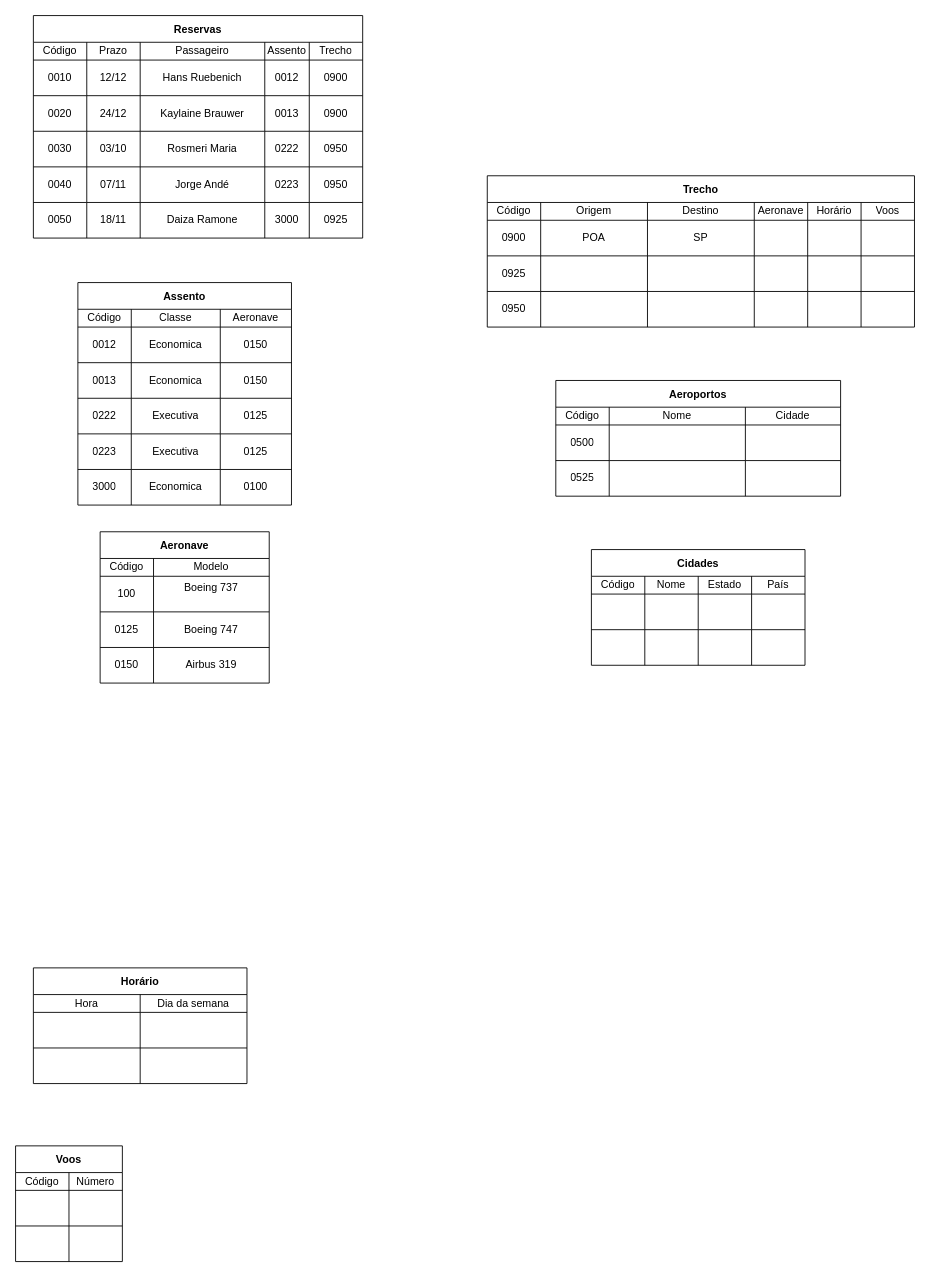
Above: Facul/AlgebraLinear.drawio in HansRafael/projects (draw.io), before the change. Source tidied: cells renumbered, new cells numbered last; positions are measured from the earlier drawing's top-left corner, leaving out a move shared by most shapes. Both pictures are drawn from the tidied source at 89%, with x=0, y=0 at pixel (15, 15).
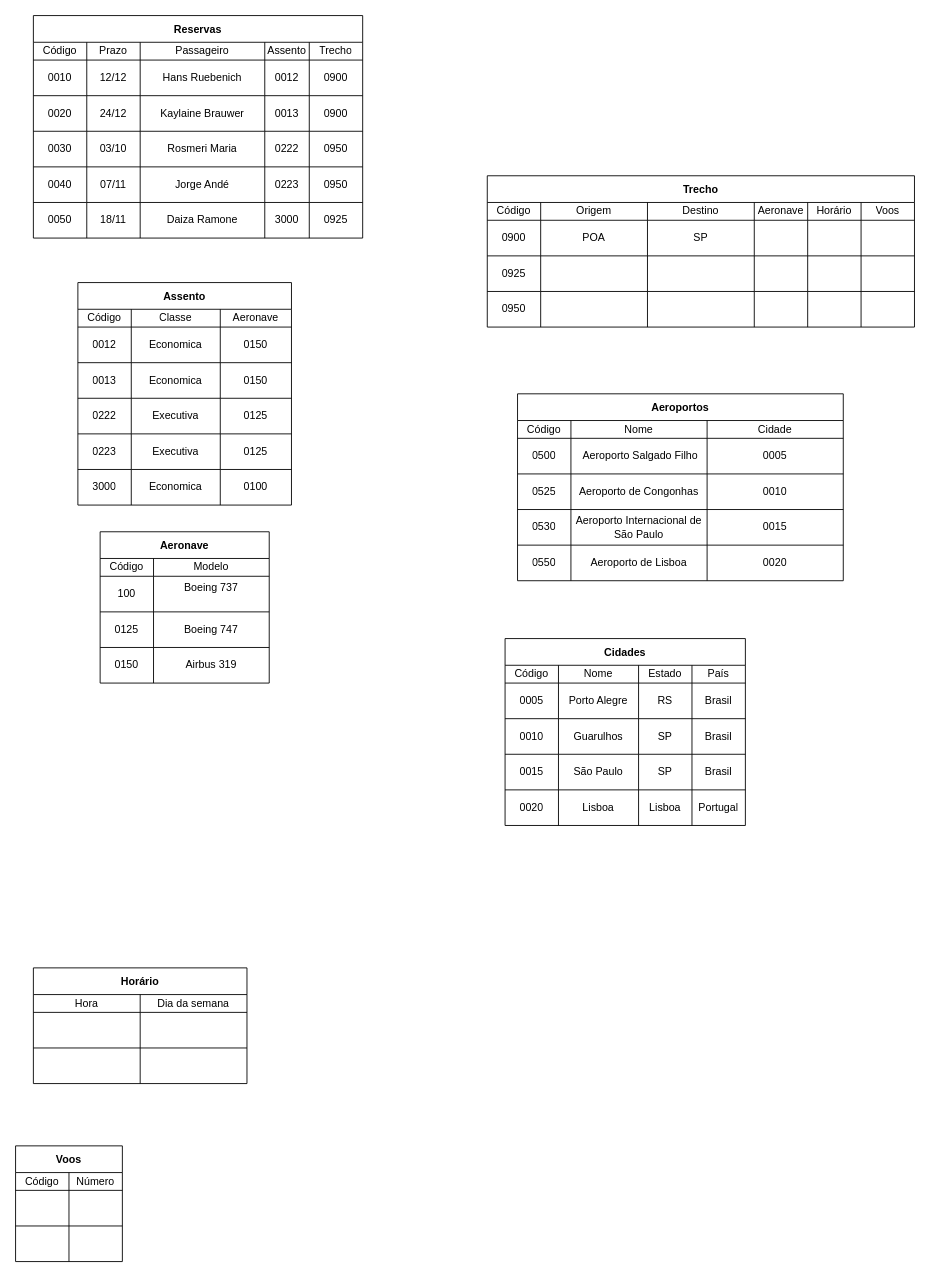
The same page after the edit.

The edit, as a diff of the source:
```diff
@@
     <mxCell id="114" value="Cidades" style="shape=table;startSize=30;childLayout=tableLayout;fontStyle=1;align=center;" parent="1" vertex="1">
-      <mxGeometry x="647" y="600" width="240" height="130" as="geometry" />
+      <mxGeometry x="550" y="700" width="270" height="210" as="geometry" />
     </mxCell>
     <mxCell id="115" style="shape=partialRectangle;html=1;whiteSpace=wrap;fillColor=none;top=0;left=0;bottom=0;right=0;" parent="114" vertex="1">
-      <mxGeometry y="30" width="240" height="20" as="geometry" />
+      <mxGeometry y="30" width="270" height="20" as="geometry" />
     </mxCell>
@@
     <mxCell id="117" value="Nome" style="shape=partialRectangle;html=1;whiteSpace=wrap;fillColor=none;top=0;left=0;bottom=0;right=0;overflow=hidden;" parent="115" vertex="1">
-      <mxGeometry x="60" width="60" height="20" as="geometry" />
+      <mxGeometry x="60" width="90" height="20" as="geometry" />
     </mxCell>
     <mxCell id="118" value="Estado" style="shape=partialRectangle;html=1;whiteSpace=wrap;fillColor=none;top=0;left=0;bottom=0;right=0;overflow=hidden;" parent="115" vertex="1">
-      <mxGeometry x="120" width="60" height="20" as="geometry" />
+      <mxGeometry x="150" width="60" height="20" as="geometry" />
     </mxCell>
     <mxCell id="119" value="País" style="shape=partialRectangle;html=1;whiteSpace=wrap;fillColor=none;top=0;left=0;bottom=0;right=0;overflow=hidden;" parent="115" vertex="1">
-      <mxGeometry x="180" width="60" height="20" as="geometry" />
+      <mxGeometry x="210" width="60" height="20" as="geometry" />
     </mxCell>
     <mxCell id="120" style="shape=partialRectangle;html=1;whiteSpace=wrap;fillColor=none;top=0;left=0;bottom=0;right=0;" parent="114" vertex="1">
-      <mxGeometry y="50" width="240" height="40" as="geometry" />
+      <mxGeometry y="50" width="270" height="40" as="geometry" />
     </mxCell>
-    <mxCell id="121" style="shape=partialRectangle;html=1;whiteSpace=wrap;fillColor=none;top=0;left=0;bottom=0;right=0;overflow=hidden;" parent="120" vertex="1">
+    <mxCell id="121" value="0005" style="shape=partialRectangle;html=1;whiteSpace=wrap;fillColor=none;top=0;left=0;bottom=0;right=0;overflow=hidden;" parent="120" vertex="1">
       <mxGeometry width="60" height="40" as="geometry" />
     </mxCell>
-    <mxCell id="122" style="shape=partialRectangle;html=1;whiteSpace=wrap;fillColor=none;top=0;left=0;bottom=0;right=0;overflow=hidden;" parent="120" vertex="1">
-      <mxGeometry x="60" width="60" height="40" as="geometry" />
+    <mxCell id="122" value="Porto Alegre" style="shape=partialRectangle;html=1;whiteSpace=wrap;fillColor=none;top=0;left=0;bottom=0;right=0;overflow=hidden;" parent="120" vertex="1">
+      <mxGeometry x="60" width="90" height="40" as="geometry" />
     </mxCell>
-    <mxCell id="123" style="shape=partialRectangle;html=1;whiteSpace=wrap;fillColor=none;top=0;left=0;bottom=0;right=0;overflow=hidden;" parent="120" vertex="1">
-      <mxGeometry x="120" width="60" height="40" as="geometry" />
+    <mxCell id="123" value="RS" style="shape=partialRectangle;html=1;whiteSpace=wrap;fillColor=none;top=0;left=0;bottom=0;right=0;overflow=hidden;" parent="120" vertex="1">
+      <mxGeometry x="150" width="60" height="40" as="geometry" />
     </mxCell>
-    <mxCell id="124" style="shape=partialRectangle;html=1;whiteSpace=wrap;fillColor=none;top=0;left=0;bottom=0;right=0;overflow=hidden;" parent="120" vertex="1">
-      <mxGeometry x="180" width="60" height="40" as="geometry" />
+    <mxCell id="124" value="Brasil" style="shape=partialRectangle;html=1;whiteSpace=wrap;fillColor=none;top=0;left=0;bottom=0;right=0;overflow=hidden;" parent="120" vertex="1">
+      <mxGeometry x="210" width="60" height="40" as="geometry" />
     </mxCell>
     <mxCell id="125" style="shape=partialRectangle;html=1;whiteSpace=wrap;fillColor=none;top=0;left=0;bottom=0;right=0;" parent="114" vertex="1">
-      <mxGeometry y="90" width="240" height="40" as="geometry" />
+      <mxGeometry y="90" width="270" height="40" as="geometry" />
     </mxCell>
-    <mxCell id="126" style="shape=partialRectangle;html=1;whiteSpace=wrap;fillColor=none;top=0;left=0;bottom=0;right=0;overflow=hidden;" parent="125" vertex="1">
+    <mxCell id="126" value="0010" style="shape=partialRectangle;html=1;whiteSpace=wrap;fillColor=none;top=0;left=0;bottom=0;right=0;overflow=hidden;" parent="125" vertex="1">
       <mxGeometry width="60" height="40" as="geometry" />
     </mxCell>
-    <mxCell id="127" style="shape=partialRectangle;html=1;whiteSpace=wrap;fillColor=none;top=0;left=0;bottom=0;right=0;overflow=hidden;" parent="125" vertex="1">
-      <mxGeometry x="60" width="60" height="40" as="geometry" />
+    <mxCell id="127" value="Guarulhos" style="shape=partialRectangle;html=1;whiteSpace=wrap;fillColor=none;top=0;left=0;bottom=0;right=0;overflow=hidden;" parent="125" vertex="1">
+      <mxGeometry x="60" width="90" height="40" as="geometry" />
     </mxCell>
-    <mxCell id="128" style="shape=partialRectangle;html=1;whiteSpace=wrap;fillColor=none;top=0;left=0;bottom=0;right=0;overflow=hidden;" parent="125" vertex="1">
-      <mxGeometry x="120" width="60" height="40" as="geometry" />
+    <mxCell id="128" value="SP" style="shape=partialRectangle;html=1;whiteSpace=wrap;fillColor=none;top=0;left=0;bottom=0;right=0;overflow=hidden;" parent="125" vertex="1">
+      <mxGeometry x="150" width="60" height="40" as="geometry" />
     </mxCell>
-    <mxCell id="129" style="shape=partialRectangle;html=1;whiteSpace=wrap;fillColor=none;top=0;left=0;bottom=0;right=0;overflow=hidden;" parent="125" vertex="1">
-      <mxGeometry x="180" width="60" height="40" as="geometry" />
+    <mxCell id="129" value="Brasil" style="shape=partialRectangle;html=1;whiteSpace=wrap;fillColor=none;top=0;left=0;bottom=0;right=0;overflow=hidden;" parent="125" vertex="1">
+      <mxGeometry x="210" width="60" height="40" as="geometry" />
     </mxCell>
+    <mxCell id="165" style="shape=partialRectangle;html=1;whiteSpace=wrap;fillColor=none;top=0;left=0;bottom=0;right=0;" parent="114" vertex="1">
+      <mxGeometry y="130" width="270" height="40" as="geometry" />
+    </mxCell>
+    <mxCell id="166" value="0015" style="shape=partialRectangle;html=1;whiteSpace=wrap;fillColor=none;top=0;left=0;bottom=0;right=0;overflow=hidden;" parent="165" vertex="1">
+      <mxGeometry width="60" height="40" as="geometry" />
+    </mxCell>
+    <mxCell id="167" value="São Paulo" style="shape=partialRectangle;html=1;whiteSpace=wrap;fillColor=none;top=0;left=0;bottom=0;right=0;overflow=hidden;" parent="165" vertex="1">
+      <mxGeometry x="60" width="90" height="40" as="geometry" />
+    </mxCell>
+    <mxCell id="168" value="SP" style="shape=partialRectangle;html=1;whiteSpace=wrap;fillColor=none;top=0;left=0;bottom=0;right=0;overflow=hidden;" parent="165" vertex="1">
+      <mxGeometry x="150" width="60" height="40" as="geometry" />
+    </mxCell>
+    <mxCell id="169" value="Brasil" style="shape=partialRectangle;html=1;whiteSpace=wrap;fillColor=none;top=0;left=0;bottom=0;right=0;overflow=hidden;" parent="165" vertex="1">
+      <mxGeometry x="210" width="60" height="40" as="geometry" />
+    </mxCell>
+    <mxCell id="170" style="shape=partialRectangle;html=1;whiteSpace=wrap;fillColor=none;top=0;left=0;bottom=0;right=0;" parent="114" vertex="1">
+      <mxGeometry y="170" width="270" height="40" as="geometry" />
+    </mxCell>
+    <mxCell id="171" value="0020" style="shape=partialRectangle;html=1;whiteSpace=wrap;fillColor=none;top=0;left=0;bottom=0;right=0;overflow=hidden;" parent="170" vertex="1">
+      <mxGeometry width="60" height="40" as="geometry" />
+    </mxCell>
+    <mxCell id="172" value="Lisboa" style="shape=partialRectangle;html=1;whiteSpace=wrap;fillColor=none;top=0;left=0;bottom=0;right=0;overflow=hidden;" parent="170" vertex="1">
+      <mxGeometry x="60" width="90" height="40" as="geometry" />
+    </mxCell>
+    <mxCell id="173" value="Lisboa" style="shape=partialRectangle;html=1;whiteSpace=wrap;fillColor=none;top=0;left=0;bottom=0;right=0;overflow=hidden;" parent="170" vertex="1">
+      <mxGeometry x="150" width="60" height="40" as="geometry" />
+    </mxCell>
+    <mxCell id="174" value="Portugal" style="shape=partialRectangle;html=1;whiteSpace=wrap;fillColor=none;top=0;left=0;bottom=0;right=0;overflow=hidden;" parent="170" vertex="1">
+      <mxGeometry x="210" width="60" height="40" as="geometry" />
+    </mxCell>
     <mxCell id="130" value="Aeroportos" style="shape=table;startSize=30;childLayout=tableLayout;fontStyle=1;align=center;" parent="1" vertex="1">
-      <mxGeometry x="607" y="410" width="320" height="130" as="geometry" />
+      <mxGeometry x="564" y="425" width="366" height="210" as="geometry" />
     </mxCell>
     <mxCell id="131" style="shape=partialRectangle;html=1;whiteSpace=wrap;fillColor=none;top=0;left=0;bottom=0;right=0;" parent="130" vertex="1">
-      <mxGeometry y="30" width="320" height="20" as="geometry" />
+      <mxGeometry y="30" width="366" height="20" as="geometry" />
     </mxCell>
@@
     <mxCell id="134" value="Cidade" style="shape=partialRectangle;html=1;whiteSpace=wrap;fillColor=none;top=0;left=0;bottom=0;right=0;overflow=hidden;" parent="131" vertex="1">
-      <mxGeometry x="213" width="107" height="20" as="geometry" />
+      <mxGeometry x="213" width="153" height="20" as="geometry" />
     </mxCell>
     <mxCell id="135" style="shape=partialRectangle;html=1;whiteSpace=wrap;fillColor=none;top=0;left=0;bottom=0;right=0;" parent="130" vertex="1">
-      <mxGeometry y="50" width="320" height="40" as="geometry" />
+      <mxGeometry y="50" width="366" height="40" as="geometry" />
     </mxCell>
@@
-    <mxCell id="137" style="shape=partialRectangle;html=1;whiteSpace=wrap;fillColor=none;top=0;left=0;bottom=0;right=0;overflow=hidden;" parent="135" vertex="1">
+    <mxCell id="137" value="&amp;nbsp;Aeroporto Salgado Filho" style="shape=partialRectangle;html=1;whiteSpace=wrap;fillColor=none;top=0;left=0;bottom=0;right=0;overflow=hidden;" parent="135" vertex="1">
       <mxGeometry x="60" width="153" height="40" as="geometry" />
     </mxCell>
-    <mxCell id="138" style="shape=partialRectangle;html=1;whiteSpace=wrap;fillColor=none;top=0;left=0;bottom=0;right=0;overflow=hidden;" parent="135" vertex="1">
-      <mxGeometry x="213" width="107" height="40" as="geometry" />
-    </mxCell>
+    <mxCell id="175" value="0005" style="shape=partialRectangle;html=1;whiteSpace=wrap;fillColor=none;top=0;left=0;bottom=0;right=0;overflow=hidden;" parent="135" vertex="1">
+      <mxGeometry x="213" width="153" height="40" as="geometry" />
+    </mxCell>
     <mxCell id="139" style="shape=partialRectangle;html=1;whiteSpace=wrap;fillColor=none;top=0;left=0;bottom=0;right=0;" parent="130" vertex="1">
-      <mxGeometry y="90" width="320" height="40" as="geometry" />
+      <mxGeometry y="90" width="366" height="40" as="geometry" />
     </mxCell>
@@
-    <mxCell id="141" style="shape=partialRectangle;html=1;whiteSpace=wrap;fillColor=none;top=0;left=0;bottom=0;right=0;overflow=hidden;" parent="139" vertex="1">
+    <mxCell id="141" value="Aeroporto de Congonhas" style="shape=partialRectangle;html=1;whiteSpace=wrap;fillColor=none;top=0;left=0;bottom=0;right=0;overflow=hidden;" parent="139" vertex="1">
       <mxGeometry x="60" width="153" height="40" as="geometry" />
     </mxCell>
-    <mxCell id="142" style="shape=partialRectangle;html=1;whiteSpace=wrap;fillColor=none;top=0;left=0;bottom=0;right=0;overflow=hidden;" parent="139" vertex="1">
-      <mxGeometry x="213" width="107" height="40" as="geometry" />
-    </mxCell>
+    <mxCell id="176" value="0010" style="shape=partialRectangle;html=1;whiteSpace=wrap;fillColor=none;top=0;left=0;bottom=0;right=0;overflow=hidden;" parent="139" vertex="1">
+      <mxGeometry x="213" width="153" height="40" as="geometry" />
+    </mxCell>
+    <mxCell id="177" style="shape=partialRectangle;html=1;whiteSpace=wrap;fillColor=none;top=0;left=0;bottom=0;right=0;" parent="130" vertex="1">
+      <mxGeometry y="130" width="366" height="40" as="geometry" />
+    </mxCell>
+    <mxCell id="178" value="0530" style="shape=partialRectangle;html=1;whiteSpace=wrap;fillColor=none;top=0;left=0;bottom=0;right=0;overflow=hidden;" parent="177" vertex="1">
+      <mxGeometry width="60" height="40" as="geometry" />
+    </mxCell>
+    <mxCell id="179" value="Aeroporto Internacional de São Paulo" style="shape=partialRectangle;html=1;whiteSpace=wrap;fillColor=none;top=0;left=0;bottom=0;right=0;overflow=hidden;" parent="177" vertex="1">
+      <mxGeometry x="60" width="153" height="40" as="geometry" />
+    </mxCell>
+    <mxCell id="180" value="0015" style="shape=partialRectangle;html=1;whiteSpace=wrap;fillColor=none;top=0;left=0;bottom=0;right=0;overflow=hidden;" parent="177" vertex="1">
+      <mxGeometry x="213" width="153" height="40" as="geometry" />
+    </mxCell>
+    <mxCell id="181" style="shape=partialRectangle;html=1;whiteSpace=wrap;fillColor=none;top=0;left=0;bottom=0;right=0;" parent="130" vertex="1">
+      <mxGeometry y="170" width="366" height="40" as="geometry" />
+    </mxCell>
+    <mxCell id="182" value="0550" style="shape=partialRectangle;html=1;whiteSpace=wrap;fillColor=none;top=0;left=0;bottom=0;right=0;overflow=hidden;" parent="181" vertex="1">
+      <mxGeometry width="60" height="40" as="geometry" />
+    </mxCell>
+    <mxCell id="183" value="Aeroporto de Lisboa" style="shape=partialRectangle;html=1;whiteSpace=wrap;fillColor=none;top=0;left=0;bottom=0;right=0;overflow=hidden;" parent="181" vertex="1">
+      <mxGeometry x="60" width="153" height="40" as="geometry" />
+    </mxCell>
+    <mxCell id="184" value="0020" style="shape=partialRectangle;html=1;whiteSpace=wrap;fillColor=none;top=0;left=0;bottom=0;right=0;overflow=hidden;" parent="181" vertex="1">
+      <mxGeometry x="213" width="153" height="40" as="geometry" />
+    </mxCell>
```
